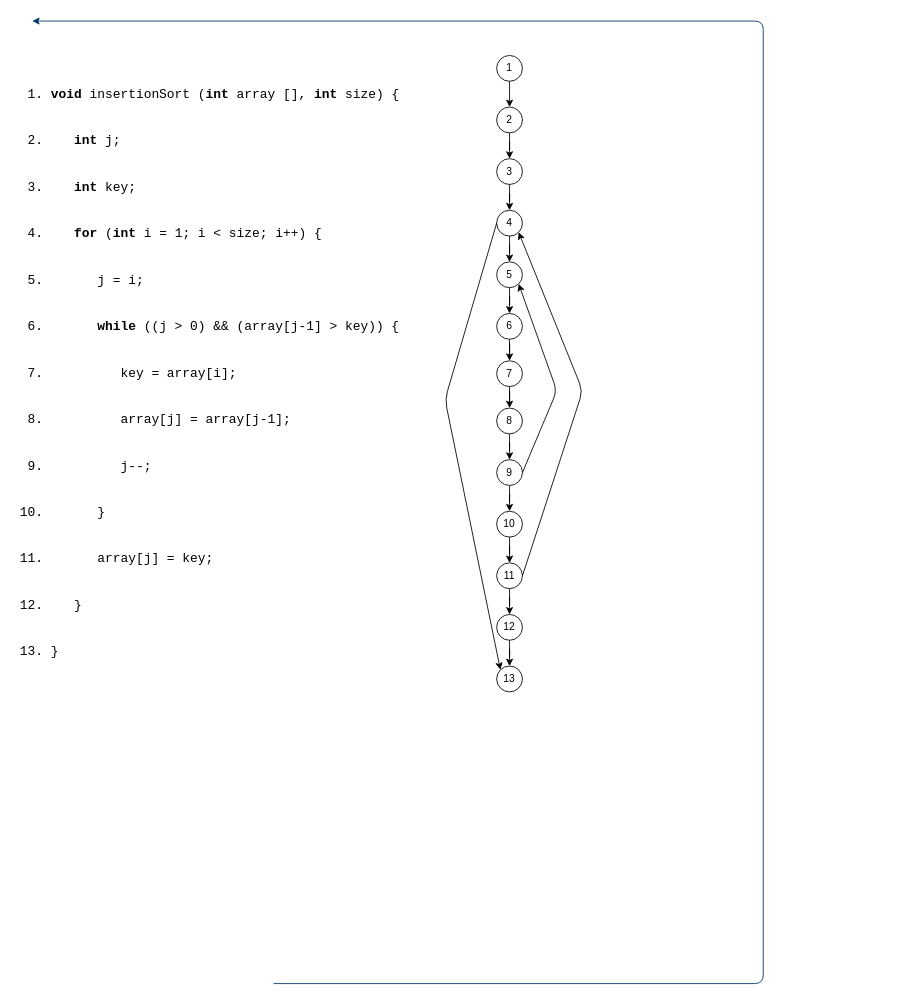
Above: assignment04/Untitled Diagram.drawio in alli959/software_testing (draw.io), before the change. Source tidied: cells renumbered, new cells numbered last; positions are measured from the earlier drawing's top-left corner, leaving out a move shared by most shapes. Both pictures are drawn from the tidied source at 86%, with x=0, y=0 at pixel (15, 21).
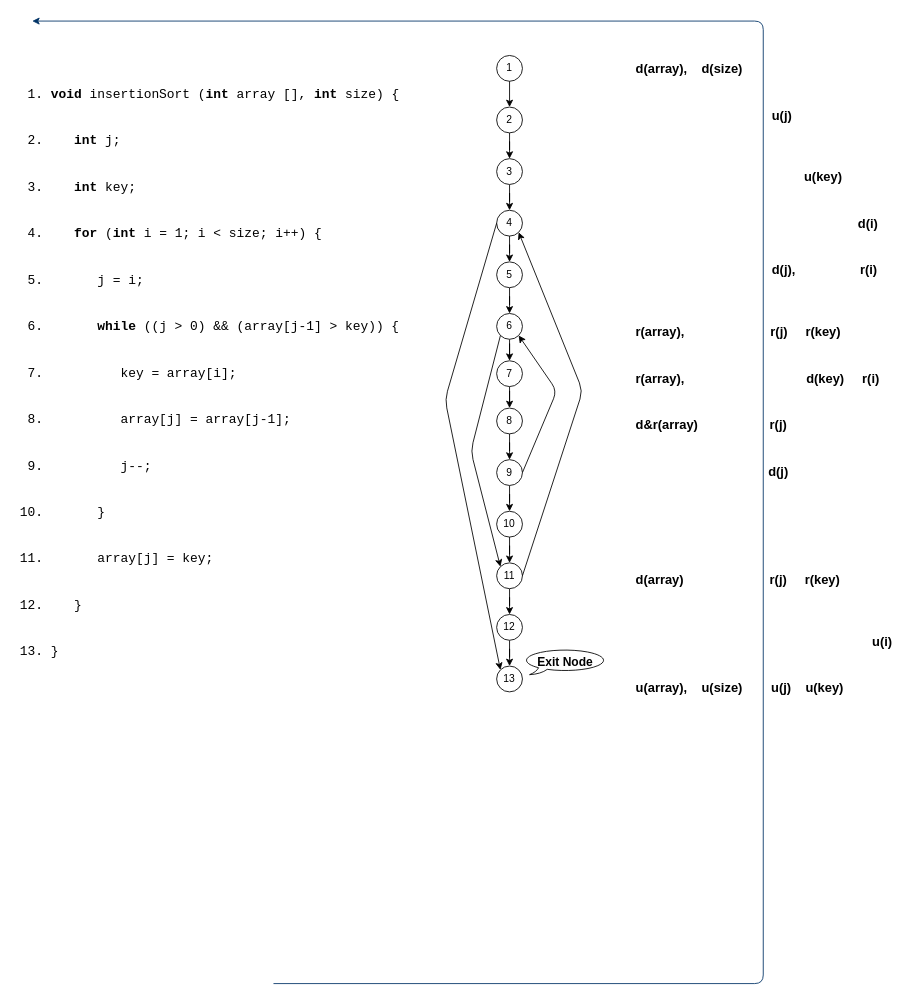
The same page after the edit.

The change refers to these unchanged cells:
```xml
<mxCell id="13" value="5" style="ellipse;whiteSpace=wrap;html=1;strokeWidth=1;align=center;" parent="1" vertex="1">
  <mxGeometry x="560" y="280" width="30" height="30" as="geometry" />
</mxCell>
<mxCell id="15" value="6" style="ellipse;whiteSpace=wrap;html=1;strokeWidth=1;align=center;" parent="1" vertex="1">
  <mxGeometry x="560" y="340" width="30" height="30" as="geometry" />
</mxCell>
<mxCell id="21" value="9" style="ellipse;whiteSpace=wrap;html=1;strokeWidth=1;align=center;" parent="1" vertex="1">
  <mxGeometry x="560" y="510" width="30" height="30" as="geometry" />
</mxCell>
<mxCell id="25" value="11" style="ellipse;whiteSpace=wrap;html=1;strokeWidth=1;align=center;" parent="1" vertex="1">
  <mxGeometry x="560" y="630" width="30" height="30" as="geometry" />
</mxCell>
```

Change to the diagram source:
```diff
@@
-    <mxCell id="31" style="endArrow=classic;html=1;exitX=1;exitY=0.5;exitDx=0;exitDy=0;entryX=1;entryY=1;entryDx=0;entryDy=0;" parent="1" edge="1" source="21" target="13">
+    <mxCell id="31" style="endArrow=classic;html=1;exitX=1;exitY=0.5;exitDx=0;exitDy=0;entryX=1;entryY=1;entryDx=0;entryDy=0;" parent="1" edge="1" source="21" target="15">
       <mxGeometry relative="1" as="geometry">
         <Array as="points">
           <mxPoint x="630" y="430" />
         </Array>
       </mxGeometry>
     </mxCell>
+    <mxCell id="32" style="endArrow=classic;html=1;entryX=0;entryY=0;entryDx=0;entryDy=0;exitX=0;exitY=1;exitDx=0;exitDy=0;" parent="1" edge="1" source="15" target="25">
+      <mxGeometry relative="1" as="geometry">
+        <Array as="points">
+          <mxPoint x="530" y="500" />
+        </Array>
+      </mxGeometry>
+    </mxCell>
+    <mxCell id="33" value="&lt;b&gt;&lt;font style=&quot;font-size: 14px&quot;&gt;Exit Node&lt;/font&gt;&lt;/b&gt;" style="whiteSpace=wrap;html=1;shape=mxgraph.basic.oval_callout;strokeWidth=1;align=center;" parent="1" vertex="1">
+      <mxGeometry x="590" y="730" width="100" height="30" as="geometry" />
+    </mxCell>
+    <mxCell id="34" value="&lt;b style=&quot;font-size: 15px&quot;&gt;d(array),&amp;nbsp; &amp;nbsp; d(size)&lt;/b&gt;&lt;br style=&quot;font-size: 15px&quot;&gt;&lt;br style=&quot;font-size: 15px&quot;&gt;&lt;br style=&quot;font-size: 15px&quot;&gt;&lt;b style=&quot;font-size: 15px&quot;&gt;&amp;nbsp; &amp;nbsp; &amp;nbsp; &amp;nbsp; &amp;nbsp; &amp;nbsp; &amp;nbsp; &amp;nbsp; &amp;nbsp; &amp;nbsp; &amp;nbsp; &amp;nbsp; &amp;nbsp; &amp;nbsp; &amp;nbsp; &amp;nbsp; &amp;nbsp; &amp;nbsp; &amp;nbsp; u(j)&lt;br style=&quot;font-size: 15px&quot;&gt;&lt;/b&gt;&lt;br style=&quot;font-size: 15px&quot;&gt;&lt;br style=&quot;font-size: 15px&quot;&gt;&amp;nbsp; &amp;nbsp; &amp;nbsp; &amp;nbsp; &amp;nbsp; &amp;nbsp; &amp;nbsp; &amp;nbsp; &amp;nbsp; &amp;nbsp; &amp;nbsp; &amp;nbsp; &amp;nbsp; &amp;nbsp; &amp;nbsp; &amp;nbsp; &amp;nbsp; &amp;nbsp; &amp;nbsp; &lt;br style=&quot;font-size: 15px&quot;&gt;&lt;b style=&quot;font-size: 15px&quot;&gt;&amp;nbsp; &amp;nbsp; &amp;nbsp; &amp;nbsp; &amp;nbsp; &amp;nbsp; &amp;nbsp; &amp;nbsp; &amp;nbsp; &amp;nbsp; &amp;nbsp; &amp;nbsp; &amp;nbsp; &amp;nbsp; &amp;nbsp; &amp;nbsp; &amp;nbsp; &amp;nbsp; &amp;nbsp; &amp;nbsp; &amp;nbsp; &amp;nbsp; &amp;nbsp; &amp;nbsp;u(key)&lt;br style=&quot;font-size: 15px&quot;&gt;&lt;/b&gt;&lt;br&gt;&lt;br&gt;&amp;nbsp; &amp;nbsp; &amp;nbsp; &amp;nbsp; &amp;nbsp; &amp;nbsp; &amp;nbsp; &amp;nbsp; &amp;nbsp; &amp;nbsp; &amp;nbsp; &amp;nbsp; &amp;nbsp; &amp;nbsp; &amp;nbsp; &amp;nbsp; &amp;nbsp; &amp;nbsp; &amp;nbsp; &amp;nbsp; &amp;nbsp; &amp;nbsp; &amp;nbsp; &amp;nbsp;&lt;b&gt;&amp;nbsp; &amp;nbsp; &amp;nbsp; &amp;nbsp; &amp;nbsp; &amp;nbsp; &amp;nbsp; &amp;nbsp;d(i)&lt;br&gt;&lt;/b&gt;&lt;br&gt;&lt;br&gt;&amp;nbsp; &amp;nbsp; &amp;nbsp; &amp;nbsp; &amp;nbsp; &amp;nbsp; &amp;nbsp; &amp;nbsp; &amp;nbsp; &amp;nbsp; &amp;nbsp; &amp;nbsp; &amp;nbsp; &amp;nbsp; &amp;nbsp; &amp;nbsp; &amp;nbsp; &amp;nbsp; &amp;nbsp;&amp;nbsp;&lt;b&gt;d(j),&amp;nbsp; &amp;nbsp; &amp;nbsp; &amp;nbsp; &amp;nbsp; &amp;nbsp; &amp;nbsp; &amp;nbsp; &amp;nbsp; r(i)&lt;br&gt;&lt;/b&gt;&lt;br&gt;&lt;br&gt;&lt;b&gt;&lt;br&gt;r(array),&amp;nbsp; &amp;nbsp; &amp;nbsp; &amp;nbsp; &amp;nbsp; &amp;nbsp; &amp;nbsp; &amp;nbsp; &amp;nbsp; &amp;nbsp; &amp;nbsp; &amp;nbsp; r(j)&amp;nbsp; &amp;nbsp; &amp;nbsp;&lt;/b&gt;&lt;b&gt;r(key)&lt;br&gt;&lt;/b&gt;&lt;br&gt;&lt;br&gt;&lt;b&gt;r(array),&amp;nbsp; &amp;nbsp; &amp;nbsp; &amp;nbsp; &amp;nbsp; &amp;nbsp; &amp;nbsp; &amp;nbsp; &amp;nbsp; &amp;nbsp; &amp;nbsp; &amp;nbsp; &amp;nbsp; &amp;nbsp; &amp;nbsp; &amp;nbsp; &amp;nbsp; d(key)&amp;nbsp; &amp;nbsp; &amp;nbsp;r(i)&lt;br&gt;&lt;/b&gt;&lt;br&gt;&lt;br&gt;&lt;b&gt;d&amp;amp;r(array)&amp;nbsp; &amp;nbsp; &amp;nbsp; &amp;nbsp; &amp;nbsp; &amp;nbsp; &amp;nbsp; &amp;nbsp; &amp;nbsp; &amp;nbsp; r(j)&lt;/b&gt;&lt;br&gt;&lt;br&gt;&lt;br&gt;&lt;b&gt;&amp;nbsp; &amp;nbsp; &amp;nbsp; &amp;nbsp; &amp;nbsp; &amp;nbsp; &amp;nbsp; &amp;nbsp; &amp;nbsp; &amp;nbsp; &amp;nbsp; &amp;nbsp; &amp;nbsp; &amp;nbsp; &amp;nbsp; &amp;nbsp; &amp;nbsp; &amp;nbsp; &amp;nbsp;d(j)&lt;br&gt;&lt;/b&gt;&lt;br&gt;&lt;br&gt;&lt;br&gt;&lt;br&gt;&lt;br&gt;&lt;br&gt;&lt;b&gt;d(array)&amp;nbsp; &amp;nbsp; &amp;nbsp; &amp;nbsp; &amp;nbsp; &amp;nbsp; &amp;nbsp; &amp;nbsp; &amp;nbsp; &amp;nbsp; &amp;nbsp; &amp;nbsp; r(j)&amp;nbsp; &amp;nbsp; &amp;nbsp;r(key)&lt;/b&gt;&lt;br&gt;&lt;br&gt;&lt;br&gt;&lt;br&gt;&amp;nbsp; &amp;nbsp; &amp;nbsp; &amp;nbsp; &amp;nbsp; &amp;nbsp; &amp;nbsp; &amp;nbsp; &amp;nbsp; &amp;nbsp; &amp;nbsp; &amp;nbsp; &amp;nbsp; &amp;nbsp; &amp;nbsp; &amp;nbsp; &amp;nbsp; &amp;nbsp; &amp;nbsp; &amp;nbsp; &amp;nbsp; &amp;nbsp; &amp;nbsp; &amp;nbsp; &amp;nbsp; &amp;nbsp; &amp;nbsp; &amp;nbsp; &amp;nbsp; &amp;nbsp; &amp;nbsp; &amp;nbsp; &amp;nbsp; &lt;b&gt;u(i)&lt;/b&gt;&lt;br&gt;&lt;br&gt;&lt;br&gt;&lt;b&gt;u(array),&amp;nbsp; &amp;nbsp; u(size)&amp;nbsp; &amp;nbsp; &amp;nbsp; &amp;nbsp; u(j)&amp;nbsp; &amp;nbsp; u(key)&lt;/b&gt;&lt;br&gt;&lt;b&gt;&amp;nbsp;&amp;nbsp;&lt;/b&gt;&amp;nbsp; &amp;nbsp; &amp;nbsp; &amp;nbsp; &amp;nbsp; &amp;nbsp;&amp;nbsp;&lt;br style=&quot;font-size: 15px&quot;&gt;&lt;br style=&quot;font-size: 15px&quot;&gt;&amp;nbsp; &amp;nbsp; &amp;nbsp; &amp;nbsp; &amp;nbsp; &amp;nbsp; &amp;nbsp; &amp;nbsp; &amp;nbsp; &amp;nbsp; &amp;nbsp; &amp;nbsp; &amp;nbsp; &amp;nbsp; &amp;nbsp; &amp;nbsp; &amp;nbsp; &amp;nbsp; &amp;nbsp; &amp;nbsp; &amp;nbsp; &amp;nbsp; &amp;nbsp; &amp;nbsp; &amp;nbsp; &amp;nbsp; &amp;nbsp; &amp;nbsp; &amp;nbsp; &amp;nbsp; &amp;nbsp; &amp;nbsp; &amp;nbsp; &lt;font size=&quot;1&quot;&gt;&amp;nbsp; &amp;nbsp; &amp;nbsp;&amp;nbsp;&lt;/font&gt;" style="text;html=1;strokeColor=none;fillColor=none;align=left;verticalAlign=top;whiteSpace=wrap;rounded=0;fontSize=15;" parent="1" vertex="1">
+      <mxGeometry x="720" y="40" width="320" height="740" as="geometry" />
+    </mxCell>
```
